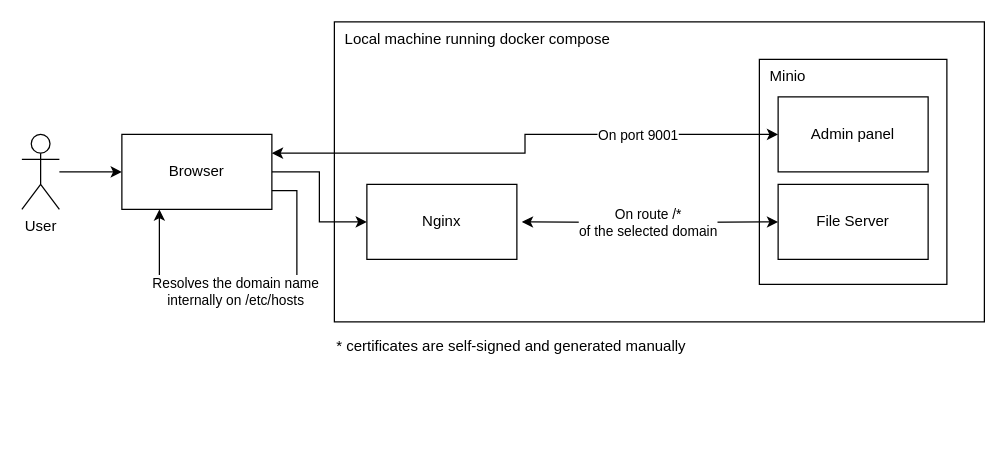
Before: page "Development" (2 of 2) of readme-assets/schemas/schemas.drawio in Luno33/static-hosting, a draw.io diagram. Source tidied: cells renumbered, new cells numbered last; positions are measured from the earlier drawing's top-left corner, leaving out a move shared by most shapes. Both pictures are drawn from the tidied source at 125%, with x=0, y=0 at pixel (21, 21).
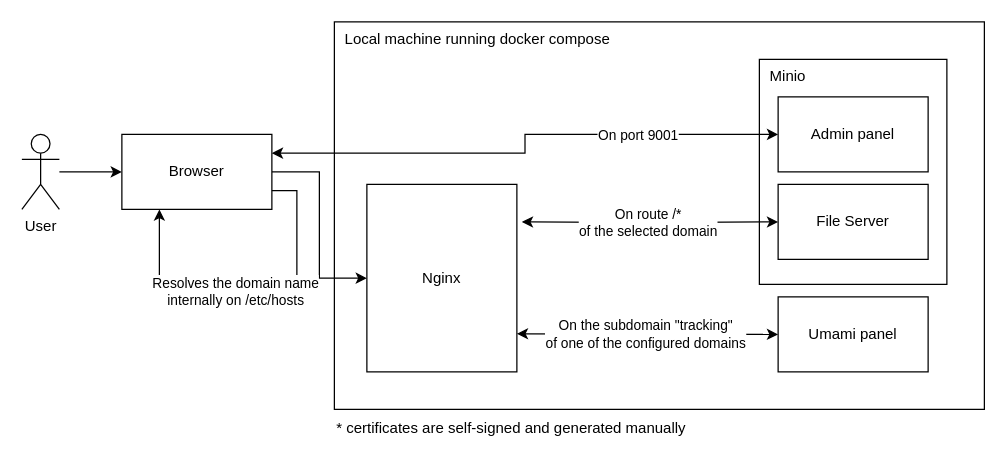
The same page after the edit.

Change to the diagram source:
```diff
@@
     <mxCell id="2" value="&amp;nbsp; Local machine running docker compose" style="rounded=0;whiteSpace=wrap;html=1;align=left;verticalAlign=top;" parent="1" vertex="1">
-      <mxGeometry x="250" width="520" height="240" as="geometry" />
+      <mxGeometry x="250" width="520" height="310" as="geometry" />
     </mxCell>
@@
     <mxCell id="10" value="Nginx" style="rounded=0;whiteSpace=wrap;html=1;" parent="1" vertex="1">
-      <mxGeometry x="276" y="130" width="120" height="60" as="geometry" />
+      <mxGeometry x="276" y="130" width="120" height="150" as="geometry" />
     </mxCell>
@@
     <mxCell id="17" value="* certificates are self-signed and generated manually" style="text;html=1;strokeColor=none;fillColor=none;align=left;verticalAlign=middle;whiteSpace=wrap;rounded=0;fontSize=12;" parent="1" vertex="1">
-      <mxGeometry x="250" y="245" width="296.5" height="30" as="geometry" />
+      <mxGeometry x="250" y="310" width="296.5" height="30" as="geometry" />
     </mxCell>
+    <mxCell id="18" value="&lt;span style=&quot;&quot;&gt;Umami panel&lt;/span&gt;" style="rounded=0;whiteSpace=wrap;html=1;" parent="1" vertex="1">
+      <mxGeometry x="605" y="220" width="120" height="60" as="geometry" />
+    </mxCell>
+    <mxCell id="19" style="edgeStyle=orthogonalEdgeStyle;rounded=0;jettySize=auto;html=1;entryX=0;entryY=0.5;entryDx=0;entryDy=0;startArrow=classic;startFill=1;" parent="1" edge="1" target="18">
+      <mxGeometry relative="1" as="geometry">
+        <mxPoint x="396" y="249.5" as="sourcePoint" />
+      </mxGeometry>
+    </mxCell>
+    <mxCell id="20" value="On the subdomain &quot;tracking&quot;&lt;br&gt;of one of the configured domains" style="edgeLabel;html=1;align=center;verticalAlign=middle;" parent="19" vertex="1">
+      <mxGeometry x="0.05" y="-3" relative="1" as="geometry">
+        <mxPoint x="-7" y="-3" as="offset" />
+      </mxGeometry>
+    </mxCell>
```
